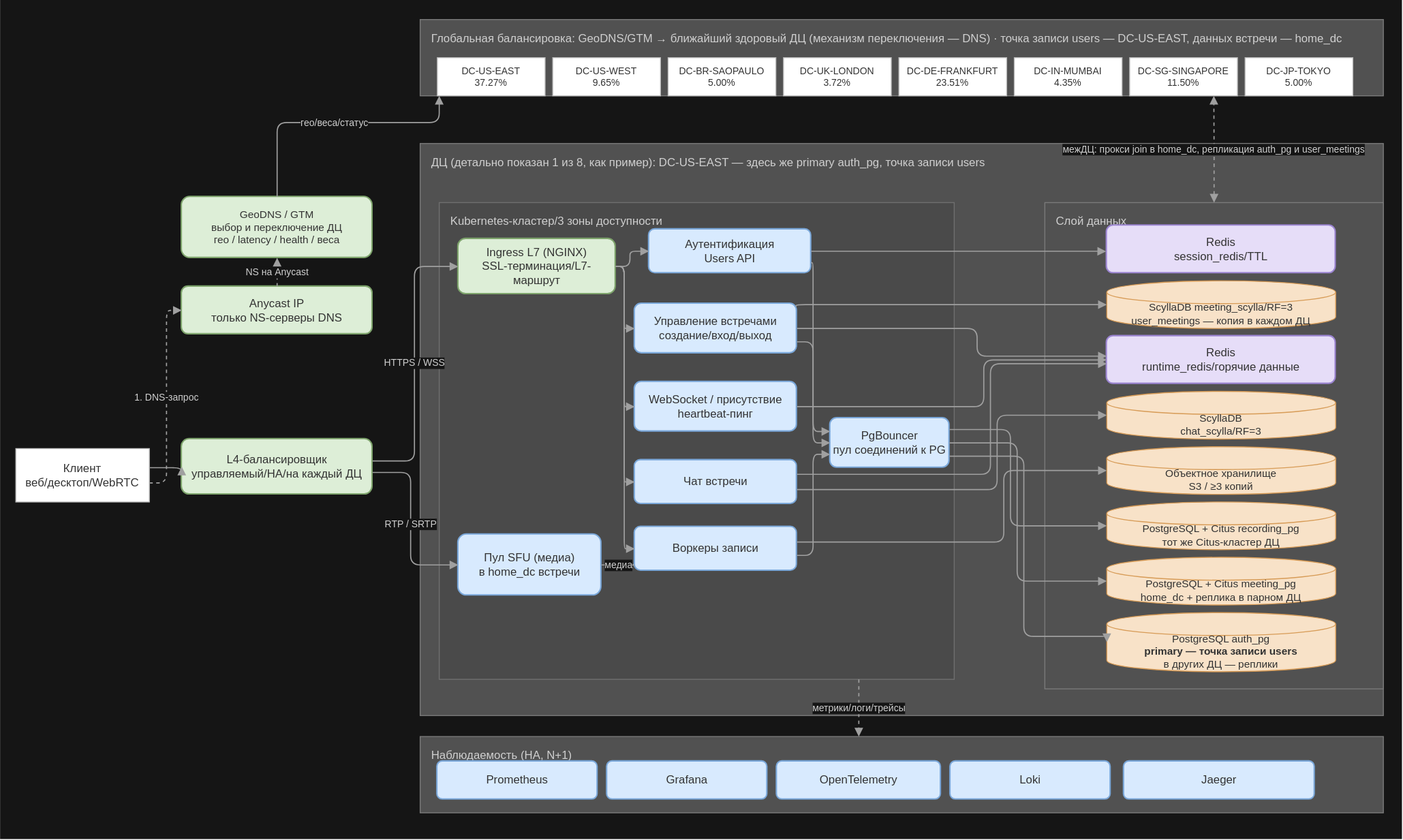
This is resource/icons/images/full-scheme.svg from Danykrane/system_design, a draw.io export, as it was before one commit. Source tidied: cells renumbered, new cells last; positions are measured from the earlier drawing's top-left corner, leaving out a move shared by most shapes.
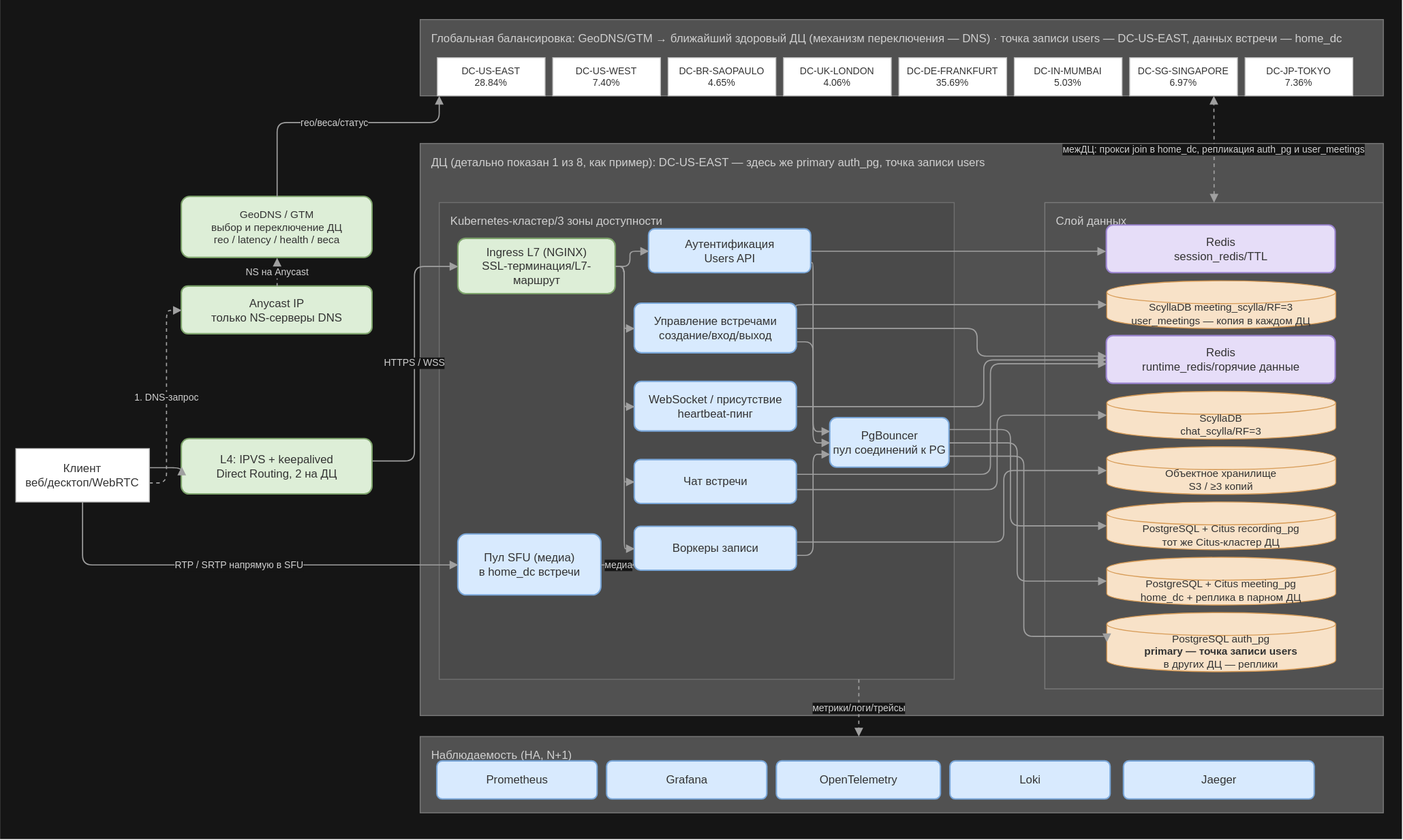
Later version of the same file.

Change to the diagram source:
```diff
@@ -29,22 +29,22 @@
     <mxCell id="10" value="Anycast IP&lt;br&gt;только NS-серверы DNS" style="rounded=1;whiteSpace=wrap;html=1;arcSize=14;fillColor=#DDEED7;strokeColor=#7DA36B;strokeWidth=1.5;fontColor=#333333;fontSize=12;" parent="1" vertex="1">
       <mxGeometry x="190" y="300" width="200" height="50" as="geometry" />
     </mxCell>
-    <mxCell id="11" value="L4-балансировщик&lt;br&gt;управляемый/HA/на каждый ДЦ" style="rounded=1;whiteSpace=wrap;html=1;arcSize=14;fillColor=#DDEED7;strokeColor=#7DA36B;strokeWidth=1.5;fontColor=#333333;fontSize=12;" parent="1" vertex="1">
+    <mxCell id="11" value="L4: IPVS + keepalived&lt;br&gt;Direct Routing, 2 на ДЦ" style="rounded=1;whiteSpace=wrap;html=1;arcSize=14;fillColor=#DDEED7;strokeColor=#7DA36B;strokeWidth=1.5;fontColor=#333333;fontSize=12;" parent="1" vertex="1">
       <mxGeometry x="190" y="460" width="200" height="58" as="geometry" />
     </mxCell>
-    <mxCell id="12" value="DC-US-EAST&lt;br&gt;37.27%" style="rounded=0;whiteSpace=wrap;html=1;fillColor=#FFFFFF;strokeColor=#BDBDBD;strokeWidth=1;fontColor=#333333;fontSize=10;" parent="1" vertex="1">
+    <mxCell id="12" value="DC-US-EAST&lt;br&gt;28.84%" style="rounded=0;whiteSpace=wrap;html=1;fillColor=#FFFFFF;strokeColor=#BDBDBD;strokeWidth=1;fontColor=#333333;fontSize=10;" parent="1" vertex="1">
       <mxGeometry x="458" y="60" width="113" height="40" as="geometry" />
     </mxCell>
-    <mxCell id="13" value="DC-US-WEST&lt;br&gt;9.65%" style="rounded=0;whiteSpace=wrap;html=1;fillColor=#FFFFFF;strokeColor=#BDBDBD;strokeWidth=1;fontColor=#333333;fontSize=10;" parent="1" vertex="1">
+    <mxCell id="13" value="DC-US-WEST&lt;br&gt;7.40%" style="rounded=0;whiteSpace=wrap;html=1;fillColor=#FFFFFF;strokeColor=#BDBDBD;strokeWidth=1;fontColor=#333333;fontSize=10;" parent="1" vertex="1">
       <mxGeometry x="579" y="60" width="113" height="40" as="geometry" />
     </mxCell>
-    <mxCell id="14" value="DC-BR-SAOPAULO&lt;br&gt;5.00%" style="rounded=0;whiteSpace=wrap;html=1;fillColor=#FFFFFF;strokeColor=#BDBDBD;strokeWidth=1;fontColor=#333333;fontSize=10;" parent="1" vertex="1">
+    <mxCell id="14" value="DC-BR-SAOPAULO&lt;br&gt;4.65%" style="rounded=0;whiteSpace=wrap;html=1;fillColor=#FFFFFF;strokeColor=#BDBDBD;strokeWidth=1;fontColor=#333333;fontSize=10;" parent="1" vertex="1">
       <mxGeometry x="700" y="60" width="113" height="40" as="geometry" />
     </mxCell>
-    <mxCell id="15" value="DC-UK-LONDON&lt;br&gt;3.72%" style="rounded=0;whiteSpace=wrap;html=1;fillColor=#FFFFFF;strokeColor=#BDBDBD;strokeWidth=1;fontColor=#333333;fontSize=10;" parent="1" vertex="1">
+    <mxCell id="15" value="DC-UK-LONDON&lt;br&gt;4.06%" style="rounded=0;whiteSpace=wrap;html=1;fillColor=#FFFFFF;strokeColor=#BDBDBD;strokeWidth=1;fontColor=#333333;fontSize=10;" parent="1" vertex="1">
       <mxGeometry x="821" y="60" width="113" height="40" as="geometry" />
     </mxCell>
-    <mxCell id="16" value="DC-DE-FRANKFURT&lt;br&gt;23.51%" style="rounded=0;whiteSpace=wrap;html=1;fillColor=#FFFFFF;strokeColor=#BDBDBD;strokeWidth=1;fontColor=#333333;fontSize=10;" parent="1" vertex="1">
+    <mxCell id="16" value="DC-DE-FRANKFURT&lt;br&gt;35.69%" style="rounded=0;whiteSpace=wrap;html=1;fillColor=#FFFFFF;strokeColor=#BDBDBD;strokeWidth=1;fontColor=#333333;fontSize=10;" parent="1" vertex="1">
       <mxGeometry x="942" y="60" width="113" height="40" as="geometry" />
     </mxCell>
     <mxCell id="17" value="Ingress L7 (NGINX)&lt;br&gt;SSL-терминация/L7-маршрут" style="rounded=1;whiteSpace=wrap;html=1;arcSize=14;fillColor=#DDEED7;strokeColor=#7DA36B;strokeWidth=1.5;fontColor=#333333;fontSize=12;" parent="1" vertex="1">
@@ -132,11 +132,10 @@
         </Array>
       </mxGeometry>
     </mxCell>
-    <mxCell id="42" value="RTP / SRTP" style="endArrow=block;endFill=1;html=1;rounded=1;edgeStyle=orthogonalEdgeStyle;jettySize=auto;strokeColor=#A0A0A0;strokeWidth=1.2;fontColor=#D0D0D0;fontSize=10;labelBackgroundColor=#151515;exitX=1;exitY=0.6034;exitDx=0;exitDy=0;entryX=0;entryY=0.5;entryDx=0;entryDy=0;" parent="1" edge="1" source="11" target="18">
+    <mxCell id="42" value="RTP / SRTP напрямую в SFU" style="endArrow=block;endFill=1;html=1;rounded=1;edgeStyle=orthogonalEdgeStyle;jettySize=auto;strokeColor=#A0A0A0;strokeWidth=1.2;fontColor=#D0D0D0;fontSize=10;labelBackgroundColor=#151515;exitX=0.5;exitY=1;exitDx=0;exitDy=0;entryX=0;entryY=0.5;entryDx=0;entryDy=0;" parent="1" edge="1" source="8" target="18">
       <mxGeometry relative="1" as="geometry">
         <Array as="points">
-          <mxPoint x="430" y="495" />
-          <mxPoint x="430" y="592" />
+          <mxPoint x="86" y="592" />
         </Array>
       </mxGeometry>
     </mxCell>
@@ -298,13 +297,13 @@
     <mxCell id="63" value="метрики/логи/трейсы" style="endArrow=block;endFill=1;html=1;rounded=1;edgeStyle=orthogonalEdgeStyle;jettySize=auto;strokeColor=#A0A0A0;strokeWidth=1.2;fontColor=#D0D0D0;fontSize=10;labelBackgroundColor=#151515;exitX=0.8148;exitY=1;exitDx=0;exitDy=0;entryX=0.4554;entryY=0;entryDx=0;entryDy=0;dashed=1;" parent="1" edge="1" source="4" target="7">
       <mxGeometry relative="1" as="geometry" />
     </mxCell>
-    <mxCell id="64" value="DC-IN-MUMBAI&lt;br&gt;4.35%" style="rounded=0;whiteSpace=wrap;html=1;fillColor=#FFFFFF;strokeColor=#BDBDBD;strokeWidth=1;fontColor=#333333;fontSize=10;" parent="1" vertex="1">
+    <mxCell id="64" value="DC-IN-MUMBAI&lt;br&gt;5.03%" style="rounded=0;whiteSpace=wrap;html=1;fillColor=#FFFFFF;strokeColor=#BDBDBD;strokeWidth=1;fontColor=#333333;fontSize=10;" parent="1" vertex="1">
       <mxGeometry x="1063" y="60" width="113" height="40" as="geometry" />
     </mxCell>
-    <mxCell id="65" value="DC-SG-SINGAPORE&lt;br&gt;11.50%" style="rounded=0;whiteSpace=wrap;html=1;fillColor=#FFFFFF;strokeColor=#BDBDBD;strokeWidth=1;fontColor=#333333;fontSize=10;" parent="1" vertex="1">
+    <mxCell id="65" value="DC-SG-SINGAPORE&lt;br&gt;6.97%" style="rounded=0;whiteSpace=wrap;html=1;fillColor=#FFFFFF;strokeColor=#BDBDBD;strokeWidth=1;fontColor=#333333;fontSize=10;" parent="1" vertex="1">
       <mxGeometry x="1184" y="60" width="113" height="40" as="geometry" />
     </mxCell>
-    <mxCell id="66" value="DC-JP-TOKYO&lt;br&gt;5.00%" style="rounded=0;whiteSpace=wrap;html=1;fillColor=#FFFFFF;strokeColor=#BDBDBD;strokeWidth=1;fontColor=#333333;fontSize=10;" parent="1" vertex="1">
+    <mxCell id="66" value="DC-JP-TOKYO&lt;br&gt;7.36%" style="rounded=0;whiteSpace=wrap;html=1;fillColor=#FFFFFF;strokeColor=#BDBDBD;strokeWidth=1;fontColor=#333333;fontSize=10;" parent="1" vertex="1">
       <mxGeometry x="1305" y="60" width="113" height="40" as="geometry" />
     </mxCell>
     <mxCell id="67" value="межДЦ: прокси join в home_dc, репликация auth_pg и user_meetings" style="endArrow=block;endFill=1;html=1;rounded=1;edgeStyle=orthogonalEdgeStyle;jettySize=auto;strokeColor=#A0A0A0;strokeWidth=1.2;fontColor=#D0D0D0;fontSize=10;labelBackgroundColor=#151515;exitDx=0;exitDy=0;entryDx=0;entryDy=0;dashed=1;exitX=0.5;exitY=0;entryX=0.824;entryY=1;startArrow=block;startFill=1;" parent="1" edge="1" source="5" target="6">
```
